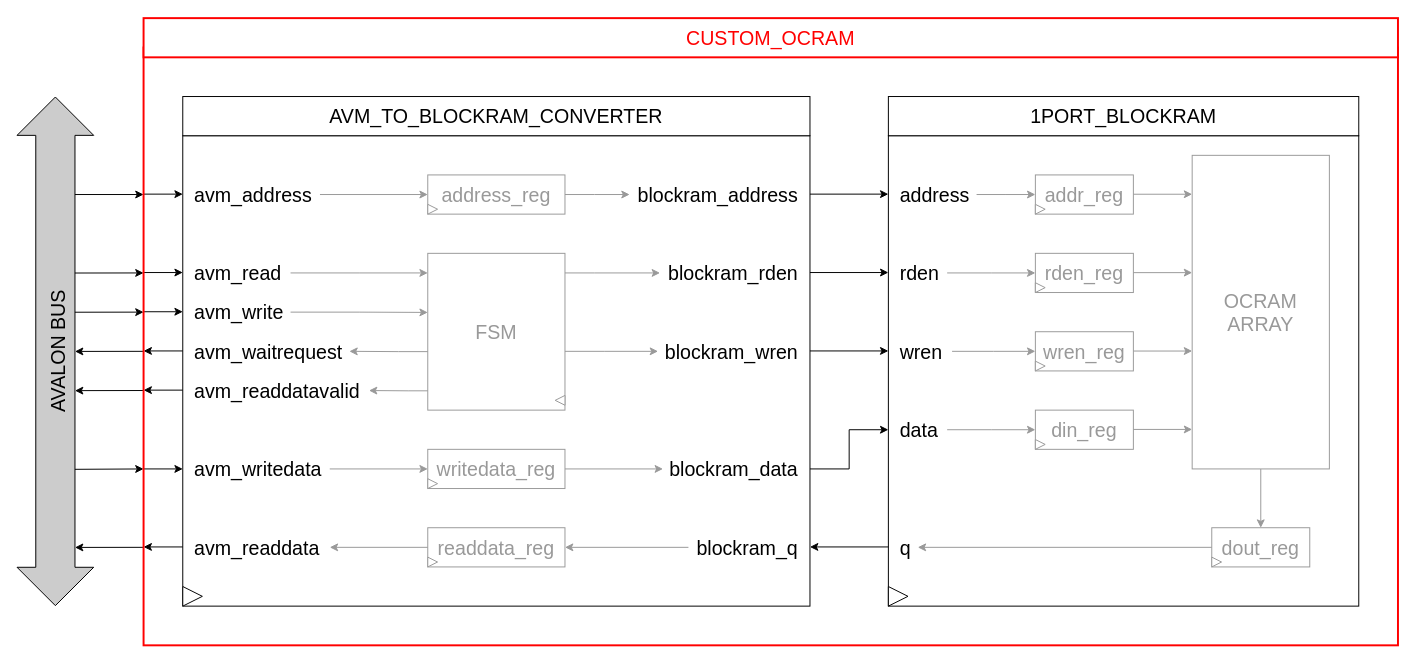
Before: page "CUSTOM_OCRAM" (1 of 2) of blockram_system_v1/schematics/blockRAM_system.drawio in AndreaBononi/Intel_Cyclone10LP_systems, a draw.io diagram. Source tidied: cells renumbered, new cells numbered last; positions are measured from the earlier drawing's top-left corner, leaving out a move shared by most shapes. Both pictures are drawn from the tidied source at 98%, with x=0, y=0 at pixel (-12, 18).
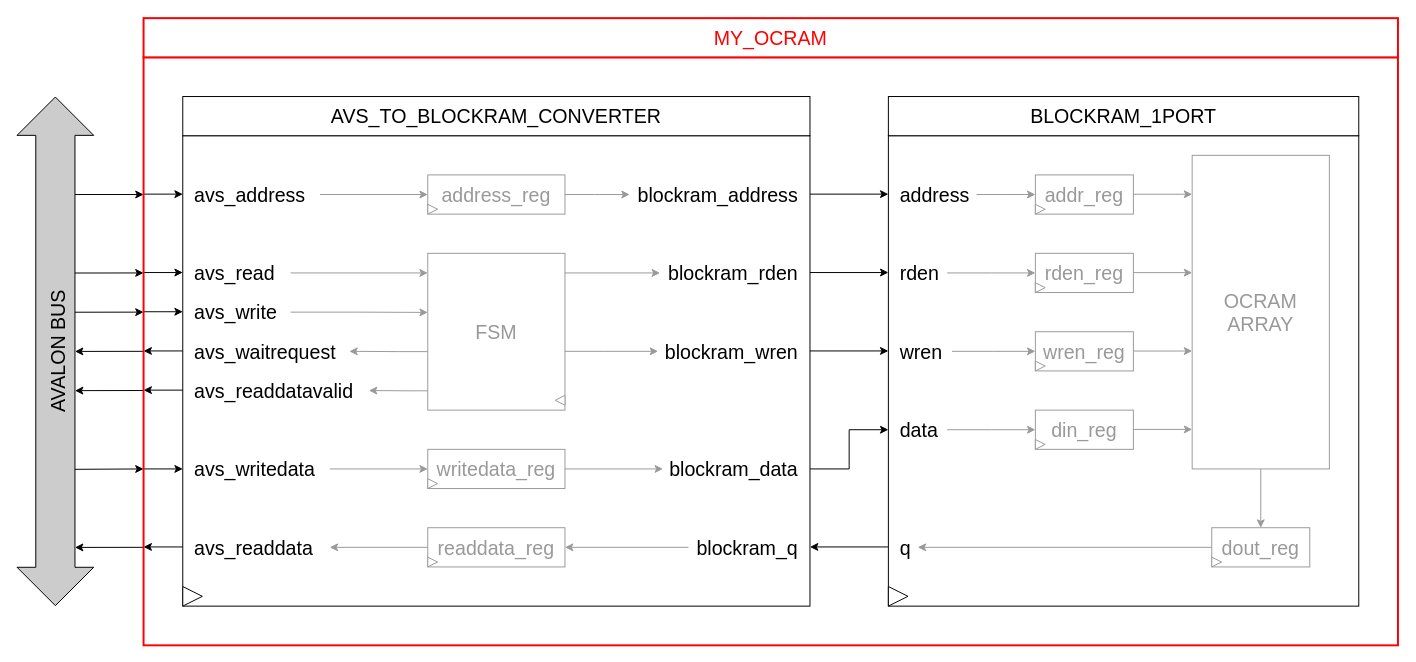
Above is the later version.

The edit, as a diff of the source:
```diff
@@
-    <mxCell id="29" value="&lt;font style=&quot;font-size: 20px;&quot;&gt;1PORT_BLOCKRAM&lt;/font&gt;" style="rounded=0;whiteSpace=wrap;html=1;" parent="1" vertex="1">
+    <mxCell id="29" value="&lt;font style=&quot;font-size: 20px;&quot;&gt;BLOCKRAM_1PORT&lt;/font&gt;" style="rounded=0;whiteSpace=wrap;html=1;" parent="1" vertex="1">
       <mxGeometry x="918" y="80" width="480" height="40" as="geometry" />
     </mxCell>
@@
-    <mxCell id="50" value="&lt;font style=&quot;font-size: 20px;&quot;&gt;avm_address&lt;/font&gt;" style="text;html=1;strokeColor=none;fillColor=none;align=left;verticalAlign=middle;whiteSpace=wrap;rounded=0;" parent="1" vertex="1">
+    <mxCell id="50" value="&lt;font style=&quot;font-size: 20px;&quot;&gt;avs_address&lt;/font&gt;" style="text;html=1;strokeColor=none;fillColor=none;align=left;verticalAlign=middle;whiteSpace=wrap;rounded=0;" parent="1" vertex="1">
       <mxGeometry x="208" y="165" width="130" height="30" as="geometry" />
     </mxCell>
@@
-    <mxCell id="52" value="&lt;font style=&quot;font-size: 20px;&quot;&gt;avm_read&lt;/font&gt;" style="text;html=1;strokeColor=none;fillColor=none;align=left;verticalAlign=middle;whiteSpace=wrap;rounded=0;" parent="1" vertex="1">
+    <mxCell id="52" value="&lt;font style=&quot;font-size: 20px;&quot;&gt;avs_read&lt;/font&gt;" style="text;html=1;strokeColor=none;fillColor=none;align=left;verticalAlign=middle;whiteSpace=wrap;rounded=0;" parent="1" vertex="1">
       <mxGeometry x="208" y="245" width="100" height="30" as="geometry" />
     </mxCell>
@@
-    <mxCell id="54" value="&lt;font style=&quot;font-size: 20px;&quot;&gt;avm_write&lt;/font&gt;" style="text;html=1;strokeColor=none;fillColor=none;align=left;verticalAlign=middle;whiteSpace=wrap;rounded=0;" parent="1" vertex="1">
+    <mxCell id="54" value="&lt;font style=&quot;font-size: 20px;&quot;&gt;avs_write&lt;/font&gt;" style="text;html=1;strokeColor=none;fillColor=none;align=left;verticalAlign=middle;whiteSpace=wrap;rounded=0;" parent="1" vertex="1">
       <mxGeometry x="208" y="285" width="100" height="30" as="geometry" />
     </mxCell>
@@
-    <mxCell id="56" value="&lt;font style=&quot;font-size: 20px;&quot;&gt;avm_waitrequest&lt;/font&gt;" style="text;html=1;strokeColor=none;fillColor=none;align=left;verticalAlign=middle;whiteSpace=wrap;rounded=0;" parent="1" vertex="1">
+    <mxCell id="56" value="&lt;font style=&quot;font-size: 20px;&quot;&gt;avs_waitrequest&lt;/font&gt;" style="text;html=1;strokeColor=none;fillColor=none;align=left;verticalAlign=middle;whiteSpace=wrap;rounded=0;" parent="1" vertex="1">
       <mxGeometry x="208" y="325" width="160" height="30" as="geometry" />
     </mxCell>
@@
-    <mxCell id="58" value="&lt;font style=&quot;font-size: 20px;&quot;&gt;avm_readdatavalid&lt;/font&gt;" style="text;html=1;strokeColor=none;fillColor=none;align=left;verticalAlign=middle;whiteSpace=wrap;rounded=0;" parent="1" vertex="1">
+    <mxCell id="58" value="&lt;font style=&quot;font-size: 20px;&quot;&gt;avs_readdatavalid&lt;/font&gt;" style="text;html=1;strokeColor=none;fillColor=none;align=left;verticalAlign=middle;whiteSpace=wrap;rounded=0;" parent="1" vertex="1">
       <mxGeometry x="208" y="365" width="180" height="30" as="geometry" />
     </mxCell>
@@
-    <mxCell id="60" value="&lt;font style=&quot;font-size: 20px;&quot;&gt;avm_writedata&lt;/font&gt;" style="text;html=1;strokeColor=none;fillColor=none;align=left;verticalAlign=middle;whiteSpace=wrap;rounded=0;" parent="1" vertex="1">
+    <mxCell id="60" value="&lt;font style=&quot;font-size: 20px;&quot;&gt;avs_writedata&lt;/font&gt;" style="text;html=1;strokeColor=none;fillColor=none;align=left;verticalAlign=middle;whiteSpace=wrap;rounded=0;" parent="1" vertex="1">
       <mxGeometry x="208" y="445" width="140" height="30" as="geometry" />
     </mxCell>
@@
-    <mxCell id="62" value="&lt;font style=&quot;font-size: 20px;&quot;&gt;avm_readdata&lt;/font&gt;" style="text;html=1;strokeColor=none;fillColor=none;align=left;verticalAlign=middle;whiteSpace=wrap;rounded=0;" parent="1" vertex="1">
+    <mxCell id="62" value="&lt;font style=&quot;font-size: 20px;&quot;&gt;avs_readdata&lt;/font&gt;" style="text;html=1;strokeColor=none;fillColor=none;align=left;verticalAlign=middle;whiteSpace=wrap;rounded=0;" parent="1" vertex="1">
       <mxGeometry x="208" y="525" width="140" height="30" as="geometry" />
     </mxCell>
@@
-    <mxCell id="64" value="&lt;font style=&quot;font-size: 20px;&quot;&gt;AVM_TO_BLOCKRAM_CONVERTER&lt;/font&gt;" style="rounded=0;whiteSpace=wrap;html=1;" parent="1" vertex="1">
+    <mxCell id="64" value="&lt;font style=&quot;font-size: 20px;&quot;&gt;AVS_TO_BLOCKRAM_CONVERTER&lt;/font&gt;" style="rounded=0;whiteSpace=wrap;html=1;" parent="1" vertex="1">
       <mxGeometry x="198" y="80" width="640" height="40" as="geometry" />
     </mxCell>
@@
     <mxCell id="87" style="rounded=0;whiteSpace=wrap;html=1;fillColor=none;strokeWidth=2;strokeColor=#FF0000;" parent="1" vertex="1">
-      <mxGeometry x="158" y="30" width="1280" height="610" as="geometry" />
+      <mxGeometry x="158" y="40" width="1280" height="600" as="geometry" />
     </mxCell>
-    <mxCell id="88" value="&lt;font color=&quot;#ff0000&quot; style=&quot;font-size: 20px;&quot;&gt;CUSTOM_OCRAM&lt;/font&gt;" style="rounded=0;whiteSpace=wrap;html=1;strokeWidth=2;strokeColor=#FF0000;" parent="1" vertex="1">
+    <mxCell id="88" value="&lt;font color=&quot;#ff0000&quot; style=&quot;font-size: 20px;&quot;&gt;MY_OCRAM&lt;/font&gt;" style="rounded=0;whiteSpace=wrap;html=1;strokeWidth=2;strokeColor=#FF0000;" parent="1" vertex="1">
       <mxGeometry x="158" width="1280" height="40" as="geometry" />
     </mxCell>
```
